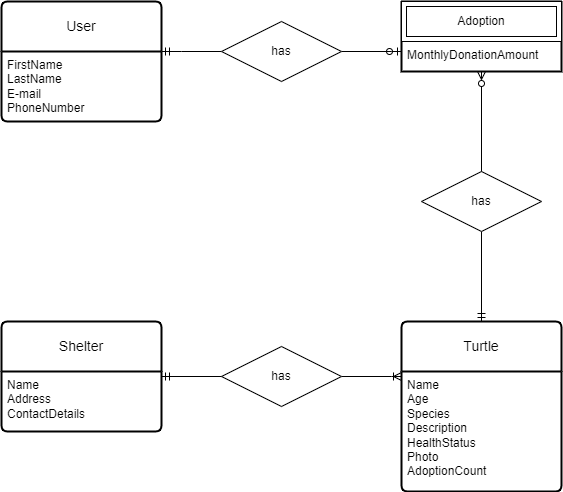
Above: apps/my-app/src/assets/erd.png in StanTeurlings/avans-nx-workshop (draw.io), before the change. Source tidied: cells renumbered, new cells last; positions are measured from the earlier drawing's top-left corner, leaving out a move shared by most shapes.
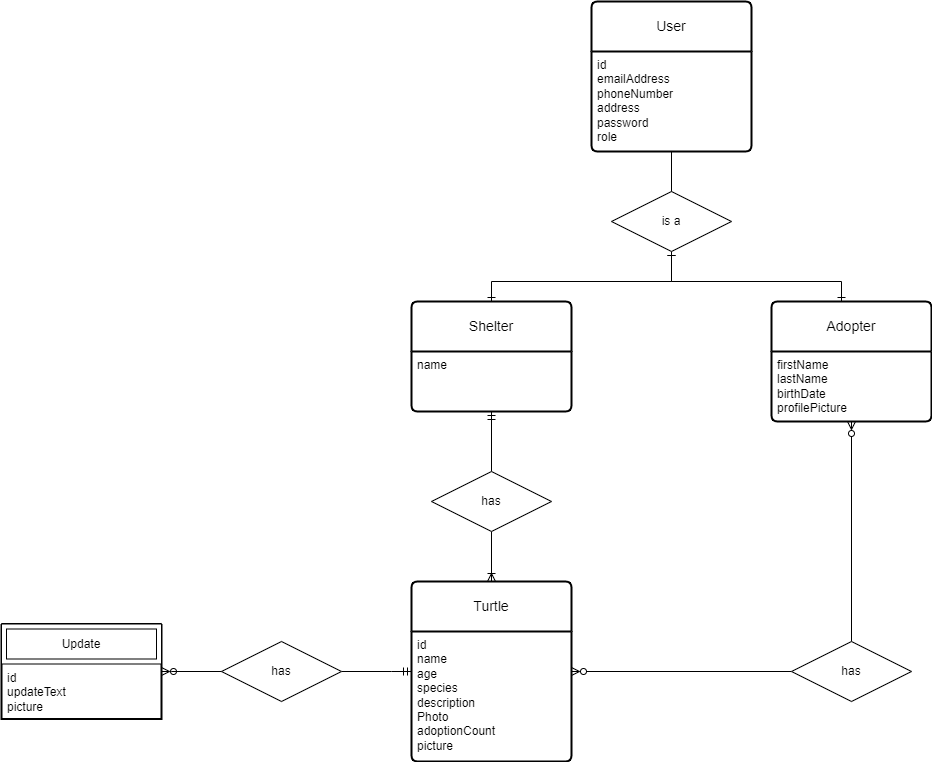
The same file after the commit.

What changed in the source:
```diff
@@ -2,74 +2,97 @@
   <root>
     <mxCell id="0" />
     <mxCell id="1" parent="0" />
-    <mxCell id="2" style="edgeStyle=orthogonalEdgeStyle;rounded=0;jettySize=auto;html=1;endArrow=none;endFill=0;startArrow=ERmandOne;startFill=0;" parent="1" edge="1" source="3" target="14">
-      <mxGeometry relative="1" as="geometry">
-        <Array as="points">
-          <mxPoint x="180" y="50" />
-          <mxPoint x="180" y="50" />
-        </Array>
-      </mxGeometry>
-    </mxCell>
     <mxCell id="3" value="User" style="swimlane;horizontal=1;startSize=50;rounded=1;fontSize=14;fontStyle=0;strokeWidth=2;shadow=0;dashed=0;align=center;arcSize=4;whiteSpace=wrap;html=1;" parent="1" vertex="1">
-      <mxGeometry width="160" height="120" as="geometry" />
+      <mxGeometry x="140" y="-40" width="160" height="150" as="geometry" />
     </mxCell>
-    <mxCell id="4" value="&lt;div&gt;&lt;span style=&quot;background-color: initial;&quot;&gt;FirstName&lt;/span&gt;&lt;br&gt;&lt;/div&gt;&lt;div&gt;LastName&lt;/div&gt;&lt;div&gt;E-mail&lt;/div&gt;&lt;div&gt;PhoneNumber&lt;/div&gt;" style="align=left;strokeColor=none;fillColor=none;spacingLeft=4;fontSize=12;verticalAlign=top;html=1;" parent="3" vertex="1">
-      <mxGeometry y="50" width="160" height="70" as="geometry" />
+    <mxCell id="4" value="&lt;div&gt;&lt;span style=&quot;background-color: initial;&quot;&gt;id&lt;/span&gt;&lt;/div&gt;&lt;div&gt;&lt;span style=&quot;background-color: initial;&quot;&gt;emailAddress&lt;/span&gt;&lt;br&gt;&lt;/div&gt;&lt;div&gt;phoneNumber&lt;/div&gt;&lt;div&gt;address&lt;/div&gt;&lt;div&gt;password&lt;br&gt;role&lt;/div&gt;" style="align=left;strokeColor=none;fillColor=none;spacingLeft=4;fontSize=12;verticalAlign=top;html=1;" parent="3" vertex="1">
+      <mxGeometry y="50" width="160" height="100" as="geometry" />
     </mxCell>
-    <mxCell id="5" style="edgeStyle=orthogonalEdgeStyle;rounded=0;jettySize=auto;html=1;endArrow=none;endFill=0;startArrow=ERoneToMany;startFill=0;" parent="1" edge="1" source="6" target="18">
-      <mxGeometry relative="1" as="geometry">
-        <Array as="points">
-          <mxPoint x="390" y="375" />
-          <mxPoint x="390" y="375" />
-        </Array>
-      </mxGeometry>
+    <mxCell id="5" style="edgeStyle=orthogonalEdgeStyle;rounded=0;jettySize=auto;html=1;endArrow=none;endFill=0;startArrow=ERzeroToMany;startFill=0;" parent="1" edge="1" source="6" target="18">
+      <mxGeometry relative="1" as="geometry" />
     </mxCell>
     <mxCell id="6" value="Turtle" style="swimlane;horizontal=1;startSize=50;rounded=1;fontSize=14;fontStyle=0;strokeWidth=2;shadow=0;dashed=0;align=center;arcSize=4;whiteSpace=wrap;html=1;" parent="1" vertex="1">
-      <mxGeometry x="400" y="320" width="160" height="170" as="geometry" />
+      <mxGeometry x="-40" y="540" width="160" height="180" as="geometry" />
     </mxCell>
-    <mxCell id="7" value="Name&lt;div&gt;Age&lt;/div&gt;&lt;div&gt;Species&lt;/div&gt;&lt;div&gt;Description&lt;/div&gt;&lt;div&gt;HealthStatus&lt;/div&gt;&lt;div&gt;Photo&lt;/div&gt;&lt;div&gt;AdoptionCount&lt;/div&gt;" style="align=left;strokeColor=none;fillColor=none;spacingLeft=4;fontSize=12;verticalAlign=top;html=1;" parent="6" vertex="1">
-      <mxGeometry y="50" width="160" height="120" as="geometry" />
+    <mxCell id="7" value="&lt;div&gt;id&lt;/div&gt;name&lt;div&gt;age&lt;/div&gt;&lt;div&gt;species&lt;/div&gt;&lt;div&gt;description&lt;/div&gt;&lt;div&gt;&lt;span style=&quot;background-color: initial;&quot;&gt;Photo&lt;/span&gt;&lt;br&gt;&lt;/div&gt;&lt;div&gt;adoptionCount&lt;/div&gt;&lt;div&gt;picture&lt;/div&gt;" style="align=left;strokeColor=none;fillColor=none;spacingLeft=4;fontSize=12;verticalAlign=top;html=1;" parent="6" vertex="1">
+      <mxGeometry y="50" width="160" height="130" as="geometry" />
     </mxCell>
-    <mxCell id="8" style="swimlane;horizontal=1;startSize=0;rounded=1;fontSize=14;fontStyle=0;strokeWidth=2;shadow=0;dashed=0;align=center;arcSize=4;whiteSpace=wrap;html=1;" parent="1" vertex="1">
-      <mxGeometry x="400" width="160" height="70" as="geometry" />
-    </mxCell>
-    <mxCell id="9" value="Adoption" style="shape=ext;margin=3;double=1;whiteSpace=wrap;html=1;align=center;" parent="8" vertex="1">
-      <mxGeometry width="160" height="40" as="geometry" />
-    </mxCell>
-    <mxCell id="10" value="MonthlyDonationAmount" style="align=left;strokeColor=none;fillColor=none;spacingLeft=4;fontSize=12;verticalAlign=top;html=1;" parent="8" vertex="1">
-      <mxGeometry y="40" width="160" height="30" as="geometry" />
-    </mxCell>
     <mxCell id="11" value="Shelter" style="swimlane;horizontal=1;startSize=50;rounded=1;fontSize=14;fontStyle=0;strokeWidth=2;shadow=0;dashed=0;align=center;arcSize=4;whiteSpace=wrap;html=1;" parent="1" vertex="1">
-      <mxGeometry y="320" width="160" height="110" as="geometry" />
+      <mxGeometry x="-40" y="260" width="160" height="110" as="geometry" />
     </mxCell>
-    <mxCell id="12" value="Name&lt;div&gt;Address&lt;/div&gt;&lt;div&gt;ContactDetails&lt;/div&gt;" style="align=left;strokeColor=none;fillColor=none;spacingLeft=4;fontSize=12;verticalAlign=top;html=1;" parent="11" vertex="1">
+    <mxCell id="12" value="name" style="align=left;strokeColor=none;fillColor=none;spacingLeft=4;fontSize=12;verticalAlign=top;html=1;" parent="11" vertex="1">
       <mxGeometry y="50" width="160" height="60" as="geometry" />
     </mxCell>
-    <mxCell id="13" style="edgeStyle=orthogonalEdgeStyle;rounded=0;jettySize=auto;html=1;endArrow=ERzeroToOne;endFill=0;" parent="1" edge="1" source="14" target="10">
-      <mxGeometry relative="1" as="geometry">
-        <Array as="points">
-          <mxPoint x="390" y="50" />
-          <mxPoint x="390" y="50" />
-        </Array>
-      </mxGeometry>
-    </mxCell>
+    <mxCell id="15" style="edgeStyle=orthogonalEdgeStyle;rounded=0;jettySize=auto;html=1;endArrow=ERoneToMany;endFill=0;" parent="1" edge="1" source="16" target="6">
+      <mxGeometry relative="1" as="geometry" />
+    </mxCell>
+    <mxCell id="20" style="edgeStyle=orthogonalEdgeStyle;rounded=0;jettySize=auto;html=1;endArrow=ERmandOne;endFill=0;" parent="1" edge="1" source="16" target="11">
+      <mxGeometry relative="1" as="geometry" />
+    </mxCell>
+    <mxCell id="16" value="has" style="shape=rhombus;perimeter=rhombusPerimeter;whiteSpace=wrap;html=1;align=center;" parent="1" vertex="1">
+      <mxGeometry x="-20" y="430" width="120" height="60" as="geometry" />
+    </mxCell>
+    <mxCell id="21" style="edgeStyle=orthogonalEdgeStyle;rounded=0;jettySize=auto;html=1;endArrow=ERzeroToMany;endFill=0;" parent="1" edge="1" source="18" target="23">
+      <mxGeometry relative="1" as="geometry" />
+    </mxCell>
+    <mxCell id="18" value="has" style="shape=rhombus;perimeter=rhombusPerimeter;whiteSpace=wrap;html=1;align=center;" parent="1" vertex="1">
+      <mxGeometry x="340" y="600" width="120" height="60" as="geometry" />
+    </mxCell>
+    <mxCell id="22" value="Adopter" style="swimlane;horizontal=1;startSize=50;rounded=1;fontSize=14;fontStyle=0;strokeWidth=2;shadow=0;dashed=0;align=center;arcSize=4;whiteSpace=wrap;html=1;" parent="1" vertex="1">
+      <mxGeometry x="320" y="260" width="160" height="120" as="geometry" />
+    </mxCell>
+    <mxCell id="23" value="&lt;div&gt;firstName&lt;/div&gt;&lt;div&gt;lastName&lt;/div&gt;&lt;div&gt;birthDate&lt;/div&gt;&lt;div&gt;profilePicture&lt;/div&gt;&lt;div&gt;&lt;br&gt;&lt;/div&gt;" style="align=left;strokeColor=none;fillColor=none;spacingLeft=4;fontSize=12;verticalAlign=top;html=1;" parent="22" vertex="1">
+      <mxGeometry y="50" width="160" height="70" as="geometry" />
+    </mxCell>
+    <mxCell id="24" style="edgeStyle=orthogonalEdgeStyle;rounded=0;jettySize=auto;html=1;endArrow=ERone;endFill=0;startArrow=ERone;startFill=0;" parent="1" edge="1" source="26" target="11">
+      <mxGeometry relative="1" as="geometry">
+        <Array as="points">
+          <mxPoint x="220" y="240" />
+          <mxPoint x="40" y="240" />
+        </Array>
+      </mxGeometry>
+    </mxCell>
+    <mxCell id="25" style="edgeStyle=orthogonalEdgeStyle;rounded=0;jettySize=auto;html=1;endArrow=ERone;endFill=0;startArrow=ERone;startFill=0;" parent="1" edge="1" source="26" target="22">
+      <mxGeometry relative="1" as="geometry">
+        <Array as="points">
+          <mxPoint x="220" y="240" />
+          <mxPoint x="390" y="240" />
+        </Array>
+      </mxGeometry>
+    </mxCell>
+    <mxCell id="26" value="is a" style="shape=rhombus;perimeter=rhombusPerimeter;whiteSpace=wrap;html=1;align=center;" parent="1" vertex="1">
+      <mxGeometry x="160" y="150" width="120" height="60" as="geometry" />
+    </mxCell>
+    <mxCell id="27" style="edgeStyle=orthogonalEdgeStyle;rounded=0;jettySize=auto;html=1;endArrow=none;endFill=0;" parent="1" edge="1" source="4" target="26">
+      <mxGeometry relative="1" as="geometry" />
+    </mxCell>
+    <mxCell id="28" style="swimlane;horizontal=1;startSize=0;rounded=1;fontSize=14;fontStyle=0;strokeWidth=2;shadow=0;dashed=0;align=center;arcSize=4;whiteSpace=wrap;html=1;" parent="1" vertex="1">
+      <mxGeometry x="-450" y="582.5" width="160" height="95" as="geometry" />
+    </mxCell>
+    <mxCell id="29" value="Update" style="shape=ext;margin=3;double=1;whiteSpace=wrap;html=1;align=center;" parent="28" vertex="1">
+      <mxGeometry width="160" height="40" as="geometry" />
+    </mxCell>
+    <mxCell id="30" value="id&lt;div&gt;updateText&lt;br&gt;picture&lt;/div&gt;" style="align=left;strokeColor=none;fillColor=none;spacingLeft=4;fontSize=12;verticalAlign=top;html=1;" parent="28" vertex="1">
+      <mxGeometry y="40" width="160" height="55" as="geometry" />
+    </mxCell>
+    <mxCell id="31" style="edgeStyle=orthogonalEdgeStyle;rounded=0;jettySize=auto;html=1;endArrow=ERmandOne;endFill=0;" parent="1" edge="1" source="14" target="6">
+      <mxGeometry relative="1" as="geometry">
+        <Array as="points">
+          <mxPoint x="-60" y="630" />
+          <mxPoint x="-60" y="630" />
+        </Array>
+      </mxGeometry>
+    </mxCell>
     <mxCell id="14" value="has" style="shape=rhombus;perimeter=rhombusPerimeter;whiteSpace=wrap;html=1;align=center;" parent="1" vertex="1">
-      <mxGeometry x="220" y="20" width="120" height="60" as="geometry" />
+      <mxGeometry x="-230" y="600" width="120" height="60" as="geometry" />
     </mxCell>
-    <mxCell id="15" style="edgeStyle=orthogonalEdgeStyle;rounded=0;jettySize=auto;html=1;endArrow=ERmandOne;endFill=0;" parent="1" edge="1" source="16" target="6">
-      <mxGeometry relative="1" as="geometry" />
-    </mxCell>
-    <mxCell id="16" value="has" style="shape=rhombus;perimeter=rhombusPerimeter;whiteSpace=wrap;html=1;align=center;" parent="1" vertex="1">
-      <mxGeometry x="420" y="170" width="120" height="60" as="geometry" />
-    </mxCell>
-    <mxCell id="17" style="edgeStyle=orthogonalEdgeStyle;rounded=0;jettySize=auto;html=1;endArrow=ERmandOne;endFill=0;" parent="1" edge="1" source="18" target="11">
-      <mxGeometry relative="1" as="geometry" />
-    </mxCell>
-    <mxCell id="18" value="has" style="shape=rhombus;perimeter=rhombusPerimeter;whiteSpace=wrap;html=1;align=center;" parent="1" vertex="1">
-      <mxGeometry x="220" y="345" width="120" height="60" as="geometry" />
-    </mxCell>
-    <mxCell id="19" style="edgeStyle=orthogonalEdgeStyle;rounded=0;jettySize=auto;html=1;endArrow=none;endFill=0;startArrow=ERzeroToMany;startFill=0;" parent="1" edge="1" source="10" target="16">
-      <mxGeometry relative="1" as="geometry" />
-    </mxCell>
+    <mxCell id="32" style="edgeStyle=orthogonalEdgeStyle;rounded=0;jettySize=auto;html=1;endArrow=none;endFill=0;startArrow=ERzeroToMany;startFill=0;" parent="1" edge="1" source="30" target="14">
+      <mxGeometry relative="1" as="geometry">
+        <Array as="points">
+          <mxPoint x="-280" y="630" />
+          <mxPoint x="-280" y="630" />
+        </Array>
+      </mxGeometry>
+    </mxCell>
   </root>
 </mxGraphModel>
```
